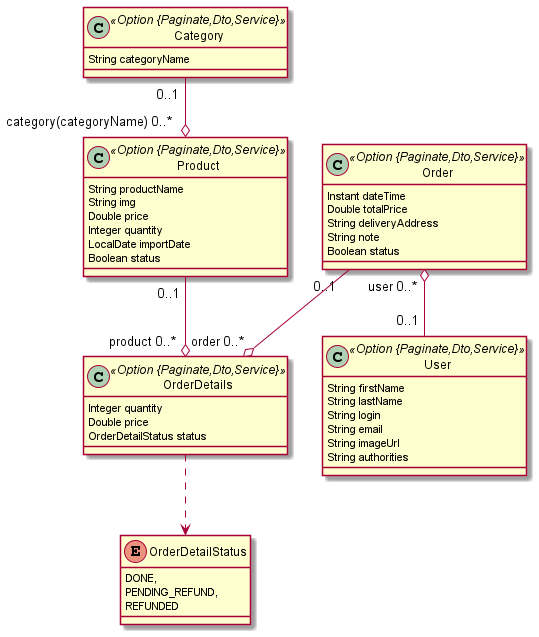
Before: jdl/demo.png, a diagram exported from PlantUML (viettien1602/ToDoAppV3).
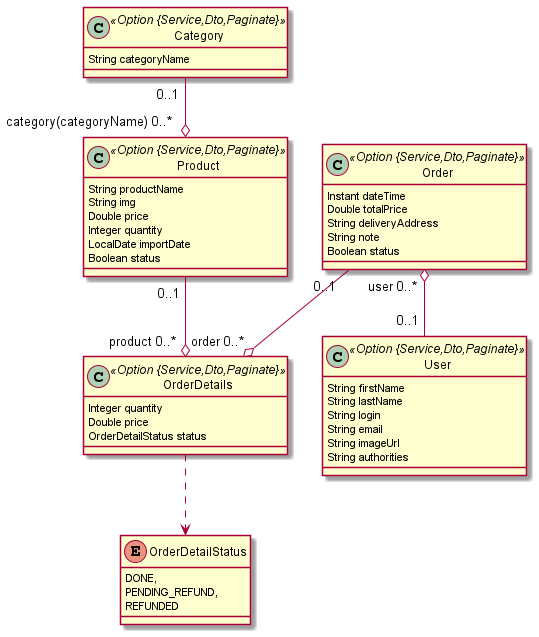
Later version of the same file.

Diff of the diagram source:
```diff
@@ -5,10 +5,10 @@
 		PENDING_REFUND,
 		REFUNDED
 	}
-	class Category <<Option {Paginate,Dto,Service}>> {
+	class Category <<Option {Service,Dto,Paginate}>> {
 		String categoryName
 	}
-	class Product <<Option {Paginate,Dto,Service}>> {
+	class Product <<Option {Service,Dto,Paginate}>> {
 		String productName
 		String img
 		Double price
@@ -16,14 +16,14 @@
 		LocalDate importDate
 		Boolean status
 	}
-	class Order <<Option {Paginate,Dto,Service}>> {
+	class Order <<Option {Service,Dto,Paginate}>> {
 		Instant dateTime
 		Double totalPrice
 		String deliveryAddress
 		String note
 		Boolean status
 	}
-	class OrderDetails <<Option {Paginate,Dto,Service}>> {
+	class OrderDetails <<Option {Service,Dto,Paginate}>> {
 		Integer quantity
 		Double price
 		OrderDetailStatus status
@@ -33,7 +33,7 @@
 	Product  "0..1 " --o "product 0..* "  OrderDetails
 	Order  "0..1 " --o "order 0..* "  OrderDetails
 	Order  "user 0..* " o-- "0..1 "  User
-	class User <<Option {Paginate,Dto,Service}>> {
+	class User <<Option {Service,Dto,Paginate}>> {
 		String firstName
 		String lastName
 		String login
```
